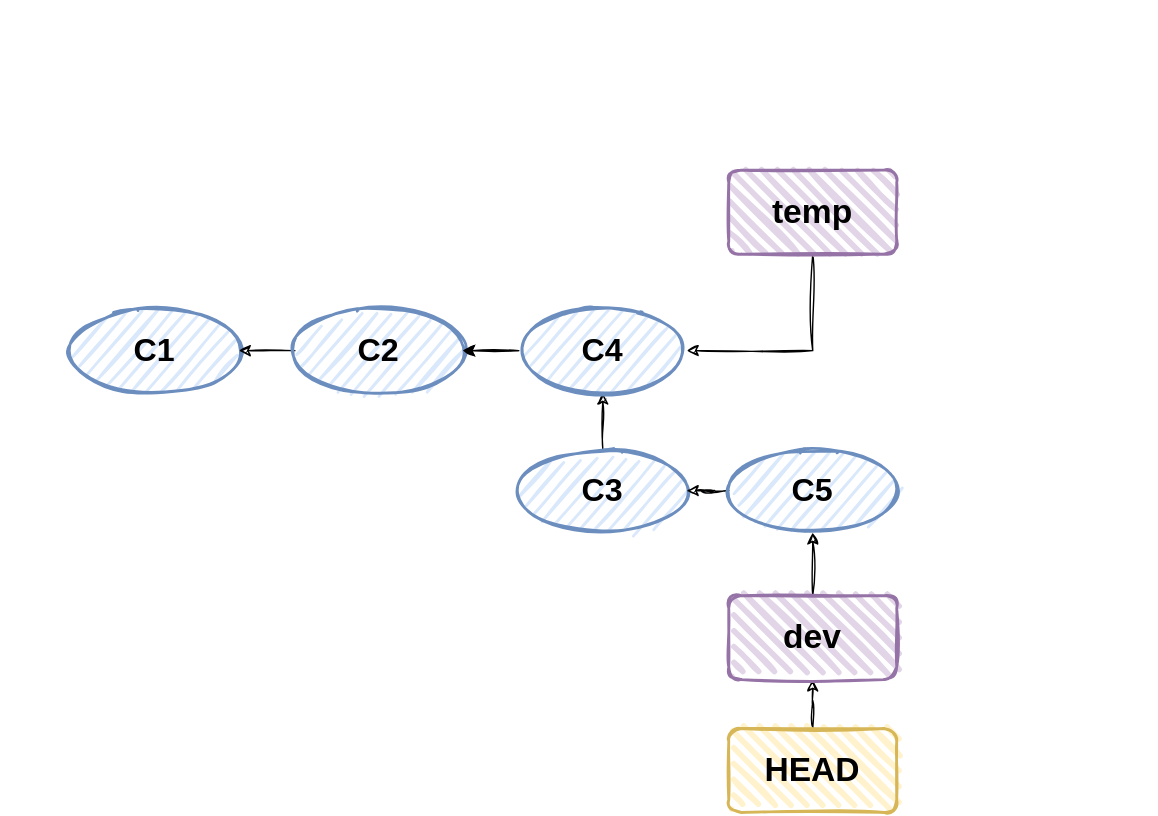
Earlier version of the draw.io export presentation/figures/rebasing1.drawio.svg (njohner/git_hands_on). Source tidied: cells renumbered, new cells last; positions are measured from the earlier drawing's top-left corner, leaving out a move shared by most shapes. Its diagram source:
```xml
<mxGraphModel>
  <root>
    <mxCell id="0" />
    <mxCell id="1" parent="0" />
    <mxCell id="2" value="&lt;font style=&quot;font-size: 23px;&quot;&gt;&lt;b&gt;C1&lt;/b&gt;&lt;/font&gt;" style="ellipse;whiteSpace=wrap;html=1;strokeWidth=2;fillWeight=2;hachureGap=8;fillColor=#dae8fc;fillStyle=dots;sketch=1;strokeColor=#6c8ebf;" parent="1" vertex="1">
      <mxGeometry y="99" width="120" height="60" as="geometry" />
    </mxCell>
    <mxCell id="3" style="edgeStyle=orthogonalEdgeStyle;rounded=0;jettySize=auto;html=1;sketch=1;curveFitting=1;jiggle=2;" parent="1" edge="1" source="4" target="2">
      <mxGeometry relative="1" as="geometry" />
    </mxCell>
    <mxCell id="4" value="&lt;font style=&quot;font-size: 23px;&quot;&gt;&lt;b&gt;C2&lt;/b&gt;&lt;/font&gt;" style="ellipse;whiteSpace=wrap;html=1;strokeWidth=2;fillWeight=2;hachureGap=8;fillColor=#dae8fc;fillStyle=dots;sketch=1;strokeColor=#6c8ebf;" parent="1" vertex="1">
      <mxGeometry x="160" y="99" width="120" height="60" as="geometry" />
    </mxCell>
    <mxCell id="5" style="edgeStyle=orthogonalEdgeStyle;rounded=0;jettySize=auto;html=1;sketch=1;curveFitting=1;jiggle=2;entryX=1;entryY=0.5;entryDx=0;entryDy=0;exitX=0.5;exitY=1;exitDx=0;exitDy=0;" parent="1" edge="1" source="6" target="15">
      <mxGeometry relative="1" as="geometry" />
    </mxCell>
    <mxCell id="6" value="&lt;b&gt;&lt;font style=&quot;font-size: 24px;&quot;&gt;temp&lt;/font&gt;&lt;/b&gt;" style="rounded=1;whiteSpace=wrap;html=1;strokeWidth=2;fillWeight=4;hachureGap=8;hachureAngle=45;fillColor=#e1d5e7;sketch=1;strokeColor=#9673a6;" parent="1" vertex="1">
      <mxGeometry x="470" width="120" height="60" as="geometry" />
    </mxCell>
    <mxCell id="7" style="edgeStyle=orthogonalEdgeStyle;rounded=0;jettySize=auto;html=1;sketch=1;curveFitting=1;jiggle=2;entryX=0.5;entryY=1;entryDx=0;entryDy=0;" parent="1" edge="1" source="8" target="10">
      <mxGeometry relative="1" as="geometry" />
    </mxCell>
    <mxCell id="8" value="&lt;b&gt;&lt;font style=&quot;font-size: 24px;&quot;&gt;HEAD&lt;/font&gt;&lt;/b&gt;" style="rounded=1;whiteSpace=wrap;html=1;strokeWidth=2;fillWeight=4;hachureGap=8;hachureAngle=45;fillColor=#fff2cc;sketch=1;strokeColor=#d6b656;" parent="1" vertex="1">
      <mxGeometry x="470" y="399" width="120" height="60" as="geometry" />
    </mxCell>
    <mxCell id="9" style="edgeStyle=orthogonalEdgeStyle;rounded=0;jettySize=auto;html=1;sketch=1;curveFitting=1;jiggle=2;entryX=0.5;entryY=1;entryDx=0;entryDy=0;" parent="1" edge="1" source="10" target="17">
      <mxGeometry relative="1" as="geometry" />
    </mxCell>
    <mxCell id="10" value="&lt;b&gt;&lt;font style=&quot;font-size: 24px;&quot;&gt;dev&lt;/font&gt;&lt;/b&gt;" style="rounded=1;whiteSpace=wrap;html=1;strokeWidth=2;fillWeight=4;hachureGap=8;hachureAngle=45;fillColor=#e1d5e7;sketch=1;strokeColor=#9673a6;" parent="1" vertex="1">
      <mxGeometry x="470" y="304" width="120" height="60" as="geometry" />
    </mxCell>
    <mxCell id="11" style="edgeStyle=orthogonalEdgeStyle;rounded=0;jettySize=auto;html=1;sketch=1;curveFitting=1;jiggle=2;entryX=0.5;entryY=1;entryDx=0;entryDy=0;" parent="1" edge="1" source="12" target="15">
      <mxGeometry relative="1" as="geometry" />
    </mxCell>
    <mxCell id="12" value="&lt;font style=&quot;font-size: 23px;&quot;&gt;&lt;b&gt;C3&lt;/b&gt;&lt;/font&gt;" style="ellipse;whiteSpace=wrap;html=1;strokeWidth=2;fillWeight=2;hachureGap=8;fillColor=#dae8fc;fillStyle=dots;sketch=1;strokeColor=#6c8ebf;" parent="1" vertex="1">
      <mxGeometry x="320" y="199" width="120" height="60" as="geometry" />
    </mxCell>
    <mxCell id="13" style="edgeStyle=orthogonalEdgeStyle;rounded=0;jettySize=auto;html=1;" parent="1" edge="1" source="15" target="4">
      <mxGeometry relative="1" as="geometry" />
    </mxCell>
    <mxCell id="14" style="edgeStyle=orthogonalEdgeStyle;rounded=0;jettySize=auto;html=1;sketch=1;curveFitting=1;jiggle=2;" parent="1" edge="1" source="15" target="4">
      <mxGeometry relative="1" as="geometry" />
    </mxCell>
    <mxCell id="15" value="&lt;font style=&quot;font-size: 23px;&quot;&gt;&lt;b&gt;C4&lt;/b&gt;&lt;/font&gt;" style="ellipse;whiteSpace=wrap;html=1;strokeWidth=2;fillWeight=2;hachureGap=8;fillColor=#dae8fc;fillStyle=dots;sketch=1;strokeColor=#6c8ebf;" parent="1" vertex="1">
      <mxGeometry x="320" y="99" width="120" height="60" as="geometry" />
    </mxCell>
    <mxCell id="16" style="edgeStyle=orthogonalEdgeStyle;rounded=0;jettySize=auto;html=1;sketch=1;curveFitting=1;jiggle=2;" parent="1" edge="1" source="17" target="12">
      <mxGeometry relative="1" as="geometry" />
    </mxCell>
    <mxCell id="17" value="&lt;font style=&quot;font-size: 23px;&quot;&gt;&lt;b&gt;C5&lt;/b&gt;&lt;/font&gt;" style="ellipse;whiteSpace=wrap;html=1;strokeWidth=2;fillWeight=2;hachureGap=8;fillColor=#dae8fc;fillStyle=dots;sketch=1;strokeColor=#6c8ebf;" parent="1" vertex="1">
      <mxGeometry x="470" y="199" width="120" height="60" as="geometry" />
    </mxCell>
  </root>
</mxGraphModel>
```
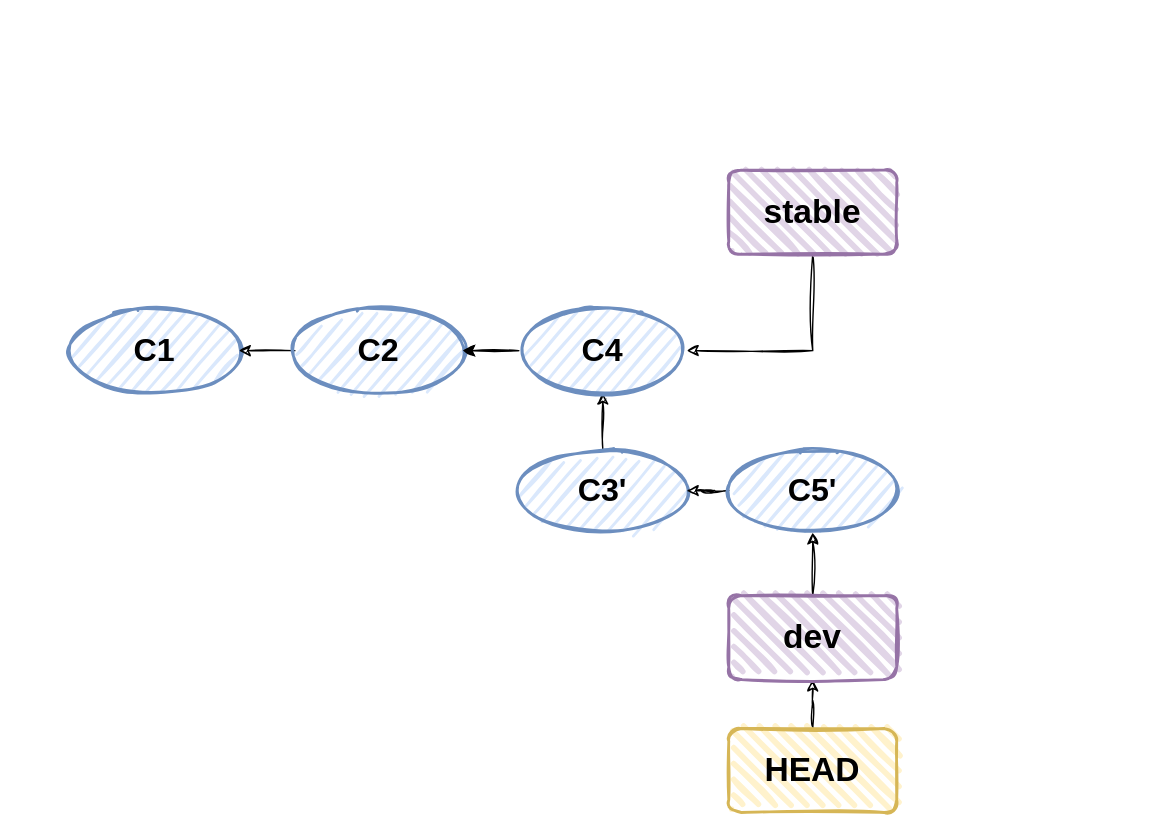
After the change.

The edit, as a diff of the source:
```diff
@@ -14,7 +14,7 @@
     <mxCell id="5" style="edgeStyle=orthogonalEdgeStyle;rounded=0;jettySize=auto;html=1;sketch=1;curveFitting=1;jiggle=2;entryX=1;entryY=0.5;entryDx=0;entryDy=0;exitX=0.5;exitY=1;exitDx=0;exitDy=0;" parent="1" edge="1" source="6" target="15">
       <mxGeometry relative="1" as="geometry" />
     </mxCell>
-    <mxCell id="6" value="&lt;b&gt;&lt;font style=&quot;font-size: 24px;&quot;&gt;temp&lt;/font&gt;&lt;/b&gt;" style="rounded=1;whiteSpace=wrap;html=1;strokeWidth=2;fillWeight=4;hachureGap=8;hachureAngle=45;fillColor=#e1d5e7;sketch=1;strokeColor=#9673a6;" parent="1" vertex="1">
+    <mxCell id="6" value="&lt;b&gt;&lt;font style=&quot;font-size: 24px;&quot;&gt;stable&lt;/font&gt;&lt;/b&gt;" style="rounded=1;whiteSpace=wrap;html=1;strokeWidth=2;fillWeight=4;hachureGap=8;hachureAngle=45;fillColor=#e1d5e7;sketch=1;strokeColor=#9673a6;" parent="1" vertex="1">
       <mxGeometry x="470" width="120" height="60" as="geometry" />
     </mxCell>
     <mxCell id="7" style="edgeStyle=orthogonalEdgeStyle;rounded=0;jettySize=auto;html=1;sketch=1;curveFitting=1;jiggle=2;entryX=0.5;entryY=1;entryDx=0;entryDy=0;" parent="1" edge="1" source="8" target="10">
@@ -32,7 +32,7 @@
     <mxCell id="11" style="edgeStyle=orthogonalEdgeStyle;rounded=0;jettySize=auto;html=1;sketch=1;curveFitting=1;jiggle=2;entryX=0.5;entryY=1;entryDx=0;entryDy=0;" parent="1" edge="1" source="12" target="15">
       <mxGeometry relative="1" as="geometry" />
     </mxCell>
-    <mxCell id="12" value="&lt;font style=&quot;font-size: 23px;&quot;&gt;&lt;b&gt;C3&lt;/b&gt;&lt;/font&gt;" style="ellipse;whiteSpace=wrap;html=1;strokeWidth=2;fillWeight=2;hachureGap=8;fillColor=#dae8fc;fillStyle=dots;sketch=1;strokeColor=#6c8ebf;" parent="1" vertex="1">
+    <mxCell id="12" value="&lt;font style=&quot;font-size: 23px;&quot;&gt;&lt;b&gt;C3'&lt;/b&gt;&lt;/font&gt;" style="ellipse;whiteSpace=wrap;html=1;strokeWidth=2;fillWeight=2;hachureGap=8;fillColor=#dae8fc;fillStyle=dots;sketch=1;strokeColor=#6c8ebf;" parent="1" vertex="1">
       <mxGeometry x="320" y="199" width="120" height="60" as="geometry" />
     </mxCell>
     <mxCell id="13" style="edgeStyle=orthogonalEdgeStyle;rounded=0;jettySize=auto;html=1;" parent="1" edge="1" source="15" target="4">
@@ -47,7 +47,7 @@
     <mxCell id="16" style="edgeStyle=orthogonalEdgeStyle;rounded=0;jettySize=auto;html=1;sketch=1;curveFitting=1;jiggle=2;" parent="1" edge="1" source="17" target="12">
       <mxGeometry relative="1" as="geometry" />
     </mxCell>
-    <mxCell id="17" value="&lt;font style=&quot;font-size: 23px;&quot;&gt;&lt;b&gt;C5&lt;/b&gt;&lt;/font&gt;" style="ellipse;whiteSpace=wrap;html=1;strokeWidth=2;fillWeight=2;hachureGap=8;fillColor=#dae8fc;fillStyle=dots;sketch=1;strokeColor=#6c8ebf;" parent="1" vertex="1">
+    <mxCell id="17" value="&lt;font style=&quot;font-size: 23px;&quot;&gt;&lt;b&gt;C5'&lt;/b&gt;&lt;/font&gt;" style="ellipse;whiteSpace=wrap;html=1;strokeWidth=2;fillWeight=2;hachureGap=8;fillColor=#dae8fc;fillStyle=dots;sketch=1;strokeColor=#6c8ebf;" parent="1" vertex="1">
       <mxGeometry x="470" y="199" width="120" height="60" as="geometry" />
     </mxCell>
   </root>
```
